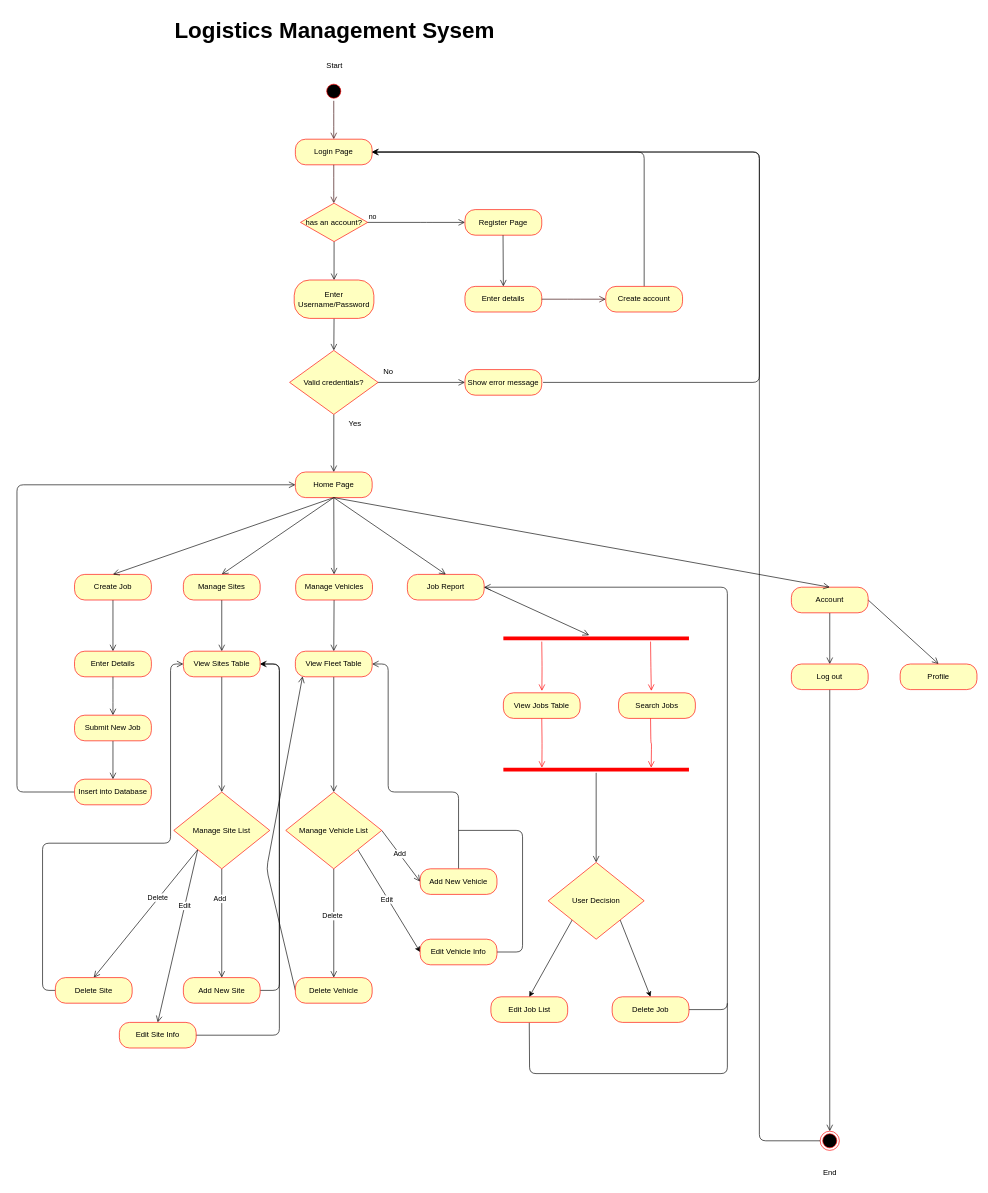
The draw.io diagram project-root/docs/activity.drawio in quietpanda284/logistics_app, before the edit. Source tidied: cells renumbered, new cells numbered last; positions are measured from the earlier drawing's top-left corner, leaving out a move shared by most shapes. Both pictures are drawn from the tidied source at 64%, with x=0, y=0 at pixel (17, 11).
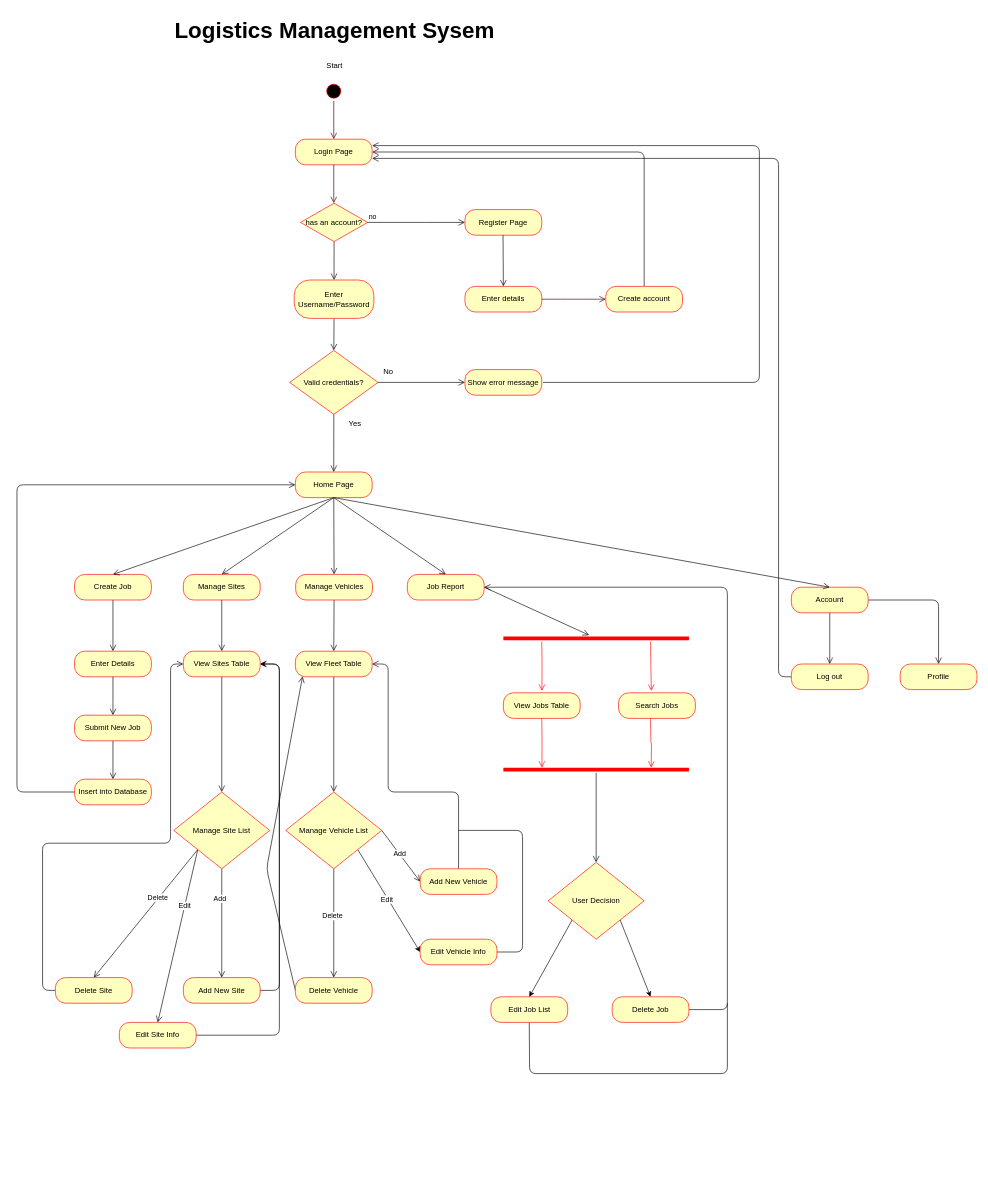
The same diagram, later.

Commit message:
Update: Removed end node in activity diagram

Unchanged cells that the change refers to:
```xml
<mxCell id="4" value="Login Page" style="rounded=1;whiteSpace=wrap;html=1;arcSize=40;fontColor=#000000;fillColor=#ffffc0;strokeColor=#ff0000;" parent="1" vertex="1">
  <mxGeometry x="435" y="200" width="120" height="40" as="geometry" />
</mxCell>
<mxCell id="37" value="Account" style="rounded=1;whiteSpace=wrap;html=1;arcSize=40;fontColor=#000000;fillColor=#ffffc0;strokeColor=#ff0000;" parent="1" vertex="1">
  <mxGeometry x="1210" y="900" width="120" height="40" as="geometry" />
</mxCell>
<mxCell id="40" value="Log out" style="rounded=1;whiteSpace=wrap;html=1;arcSize=40;fontColor=#000000;fillColor=#ffffc0;strokeColor=#ff0000;" parent="1" vertex="1">
  <mxGeometry x="1210" y="1020" width="120" height="40" as="geometry" />
</mxCell>
<mxCell id="43" value="Profile" style="rounded=1;whiteSpace=wrap;html=1;arcSize=40;fontColor=#000000;fillColor=#ffffc0;strokeColor=#ff0000;" parent="1" vertex="1">
  <mxGeometry x="1380" y="1020" width="120" height="40" as="geometry" />
</mxCell>
```

What changed in the source:
```diff
@@
-    <mxCell id="20" style="edgeStyle=none;html=1;exitX=1;exitY=0.5;exitDx=0;exitDy=0;strokeColor=light-dark(#000000,#FFFFFF);endArrow=open;endFill=0;endSize=8;entryX=0.979;entryY=0.506;entryDx=0;entryDy=0;entryPerimeter=0;" parent="1" edge="1">
+    <mxCell id="20" style="edgeStyle=none;html=1;exitX=1;exitY=0.5;exitDx=0;exitDy=0;strokeColor=light-dark(#000000,#FFFFFF);endArrow=open;endFill=0;endSize=8;entryX=1;entryY=0.25;entryDx=0;entryDy=0;" parent="1" edge="1" target="4">
       <mxGeometry relative="1" as="geometry">
         <mxPoint x="822" y="580" as="sourcePoint" />
-        <mxPoint x="554.5" y="220.2" as="targetPoint" />
         <Array as="points">
           <mxPoint x="1160" y="580" />
-          <mxPoint x="1160" y="220" />
+          <mxPoint x="1160" y="210" />
         </Array>
       </mxGeometry>
     </mxCell>
@@
     <mxCell id="36" style="edgeStyle=none;html=1;exitX=1;exitY=0.5;exitDx=0;exitDy=0;entryX=0.5;entryY=0;entryDx=0;entryDy=0;endArrow=open;endFill=0;endSize=8;" parent="1" edge="1" source="37" target="43">
-      <mxGeometry relative="1" as="geometry" />
+      <mxGeometry relative="1" as="geometry">
+        <Array as="points">
+          <mxPoint x="1440" y="920" />
+        </Array>
+      </mxGeometry>
     </mxCell>
@@
-    <mxCell id="39" style="edgeStyle=none;html=1;exitX=0.5;exitY=1;exitDx=0;exitDy=0;endSize=8;endArrow=open;endFill=0;entryX=0.5;entryY=0;entryDx=0;entryDy=0;" parent="1" edge="1" source="40" target="56">
-      <mxGeometry relative="1" as="geometry" />
+    <mxCell id="39" style="edgeStyle=none;html=1;exitX=0;exitY=0.5;exitDx=0;exitDy=0;endSize=8;endArrow=open;endFill=0;fontStyle=1;entryX=1;entryY=0.75;entryDx=0;entryDy=0;" parent="1" edge="1" source="40" target="4">
+      <mxGeometry relative="1" as="geometry">
+        <Array as="points">
+          <mxPoint x="1190" y="1040" />
+          <mxPoint x="1190" y="230" />
+        </Array>
+      </mxGeometry>
     </mxCell>
@@
-    <mxCell id="56" style="ellipse;html=1;shape=endState;fillColor=#000000;strokeColor=#ff0000;" parent="1" vertex="1">
-      <mxGeometry x="1255" y="1750" width="30" height="30" as="geometry" />
-    </mxCell>
-    <mxCell id="57" style="edgeStyle=none;html=1;fontStyle=0;entryX=1;entryY=0.5;entryDx=0;entryDy=0;exitX=0;exitY=0.5;exitDx=0;exitDy=0;" parent="1" edge="1" source="56" target="4">
-      <mxGeometry relative="1" as="geometry">
-        <Array as="points">
-          <mxPoint x="1160" y="1765" />
-          <mxPoint x="1160" y="220" />
-        </Array>
-      </mxGeometry>
-    </mxCell>
@@
-    <mxCell id="60" value="End" style="text;html=1;align=center;verticalAlign=middle;strokeColor=none;fillColor=none;" parent="1" vertex="1">
-      <mxGeometry x="1250" y="1800" width="40" height="30" as="geometry" />
-    </mxCell>
```
